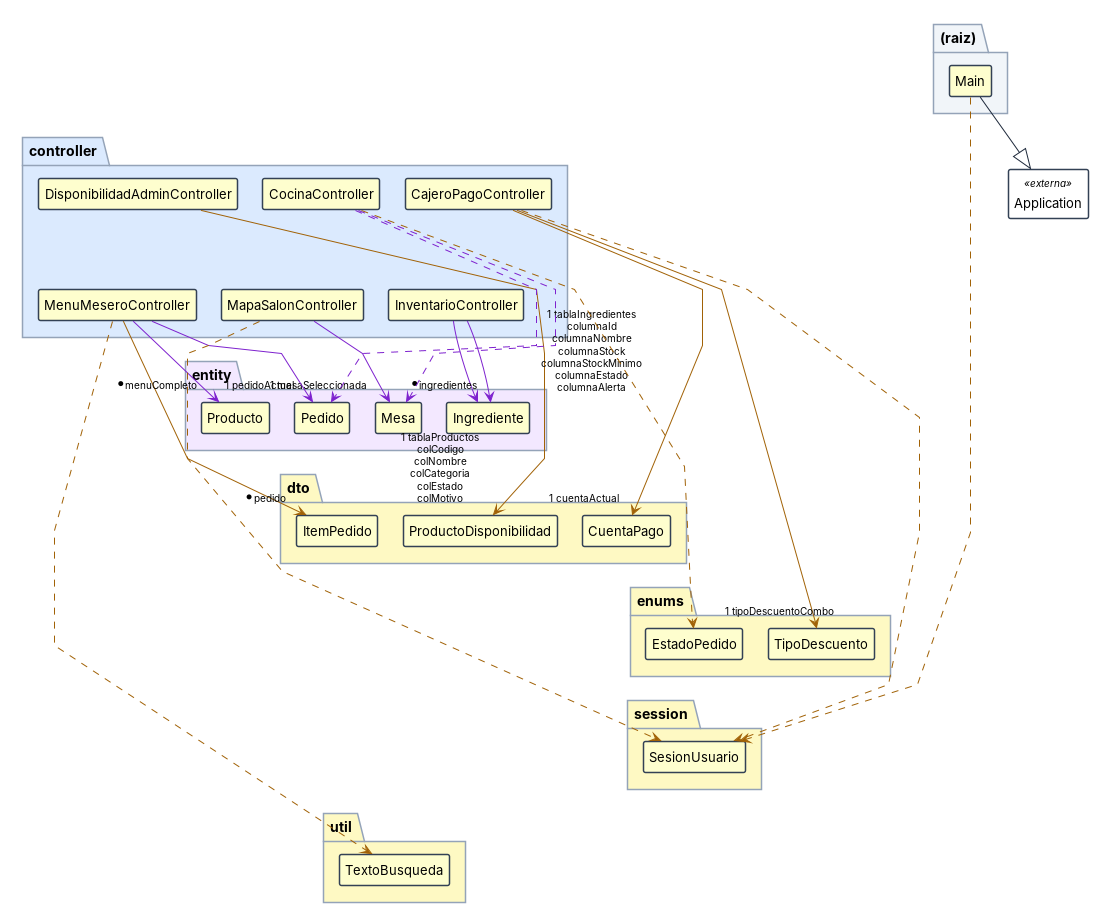
Above: docs/Imagenes/DiagramaClases_Relaciones_Controller_Modelo.png in puj-course/FIS_2630_1204_G2 (PlantUML), before the change. Its source is kept beside it as docs/diagramas-fuente/DiagramaClases_Relaciones_Controller_Modelo.puml. The source it was exported from:
```plantuml
@startuml
skinparam backgroundColor #FFFFFF
skinparam shadowing false
skinparam defaultFontName Helvetica
skinparam roundCorner 4
skinparam nodesep 35
skinparam ranksep 60
skinparam padding 3
skinparam ClassFontSize 13
skinparam ClassAttributeFontSize 11
skinparam ClassStereotypeFontSize 10
skinparam ClassBorderColor #334155
skinparam ArrowColor #1E293B
skinparam ArrowFontSize 10
skinparam PackageBorderColor #94A3B8
skinparam PackageFontStyle bold
skinparam ClassAttributeIconSize 0
hide empty members

hide members
hide circle
skinparam linetype polyline
skinparam nodesep 25
skinparam ranksep 70
package "(raiz)" #F1F5F9 {
  class "Main" as raiz_Main
}
package "controller" #DBEAFE {
  class "CajeroPagoController" as controller_CajeroPagoController
  class "CocinaController" as controller_CocinaController
  class "DisponibilidadAdminController" as controller_DisponibilidadAdminController
  class "InventarioController" as controller_InventarioController
  class "MapaSalonController" as controller_MapaSalonController
  class "MenuMeseroController" as controller_MenuMeseroController
  controller_CajeroPagoController -[hidden]right- controller_CocinaController
  controller_CocinaController -[hidden]right- controller_DisponibilidadAdminController
  controller_CajeroPagoController -[hidden]down- controller_InventarioController
  controller_InventarioController -[hidden]right- controller_MapaSalonController
  controller_CocinaController -[hidden]down- controller_MapaSalonController
  controller_MapaSalonController -[hidden]right- controller_MenuMeseroController
  controller_DisponibilidadAdminController -[hidden]down- controller_MenuMeseroController
}
package "entity" #F3E8FF {
  class "Ingrediente" as entity_Ingrediente
  class "Mesa" as entity_Mesa
  class "Pedido" as entity_Pedido
  class "Producto" as entity_Producto
}
package "dto" #FEF9C3 {
  class "CuentaPago" as dto_CuentaPago
  class "ItemPedido" as dto_ItemPedido
  class "ProductoDisponibilidad" as dto_ProductoDisponibilidad
}
package "enums" #FEF9C3 {
  enum "EstadoPedido" as enums_EstadoPedido
  enum "TipoDescuento" as enums_TipoDescuento
}
package "session" #FEF9C3 {
  class "SesionUsuario" as session_SesionUsuario
}
package "util" #FEF9C3 {
  class "TextoBusqueda" as util_TextoBusqueda
}
raiz_Main -[hidden]down- controller_CajeroPagoController
controller_CajeroPagoController -[hidden]down- entity_Ingrediente
entity_Ingrediente -[hidden]down- dto_CuentaPago
dto_CuentaPago -[hidden]down- enums_EstadoPedido
enums_EstadoPedido -[hidden]down- session_SesionUsuario
session_SesionUsuario -[hidden]down- util_TextoBusqueda
class Application <<externa>> #FFFFFF
raiz_Main --|> Application
controller_CajeroPagoController -[#A16207]-> "1 tipoDescuentoCombo" enums_TipoDescuento
controller_CajeroPagoController -[#A16207]-> "1 cuentaActual" dto_CuentaPago
controller_DisponibilidadAdminController -[#A16207]-> "1 tablaProductos\ncolCodigo\ncolNombre\ncolCategoria\ncolEstado\ncolMotivo" dto_ProductoDisponibilidad
controller_InventarioController -[#7E22CE]-> "1 tablaIngredientes\ncolumnaId\ncolumnaNombre\ncolumnaStock\ncolumnaStockMinimo\ncolumnaEstado\ncolumnaAlerta" entity_Ingrediente
controller_InventarioController -[#7E22CE]-> "* ingredientes" entity_Ingrediente
controller_MapaSalonController -[#7E22CE]-> "1 mesaSeleccionada" entity_Mesa
controller_MenuMeseroController -[#7E22CE]-> "1 pedidoActual" entity_Pedido
controller_MenuMeseroController -[#A16207]-> "* pedido" dto_ItemPedido
controller_MenuMeseroController -[#7E22CE]-> "* menuCompleto" entity_Producto
raiz_Main -[#A16207,dashed]-> session_SesionUsuario
controller_CajeroPagoController -[#A16207,dashed]-> session_SesionUsuario
controller_CocinaController -[#A16207,dashed]-> enums_EstadoPedido
controller_CocinaController -[#7E22CE,dashed]-> entity_Mesa
controller_CocinaController -[#7E22CE,dashed]-> entity_Pedido
controller_MapaSalonController -[#A16207,dashed]-> session_SesionUsuario
controller_MenuMeseroController -[#A16207,dashed]-> util_TextoBusqueda
@enduml
```
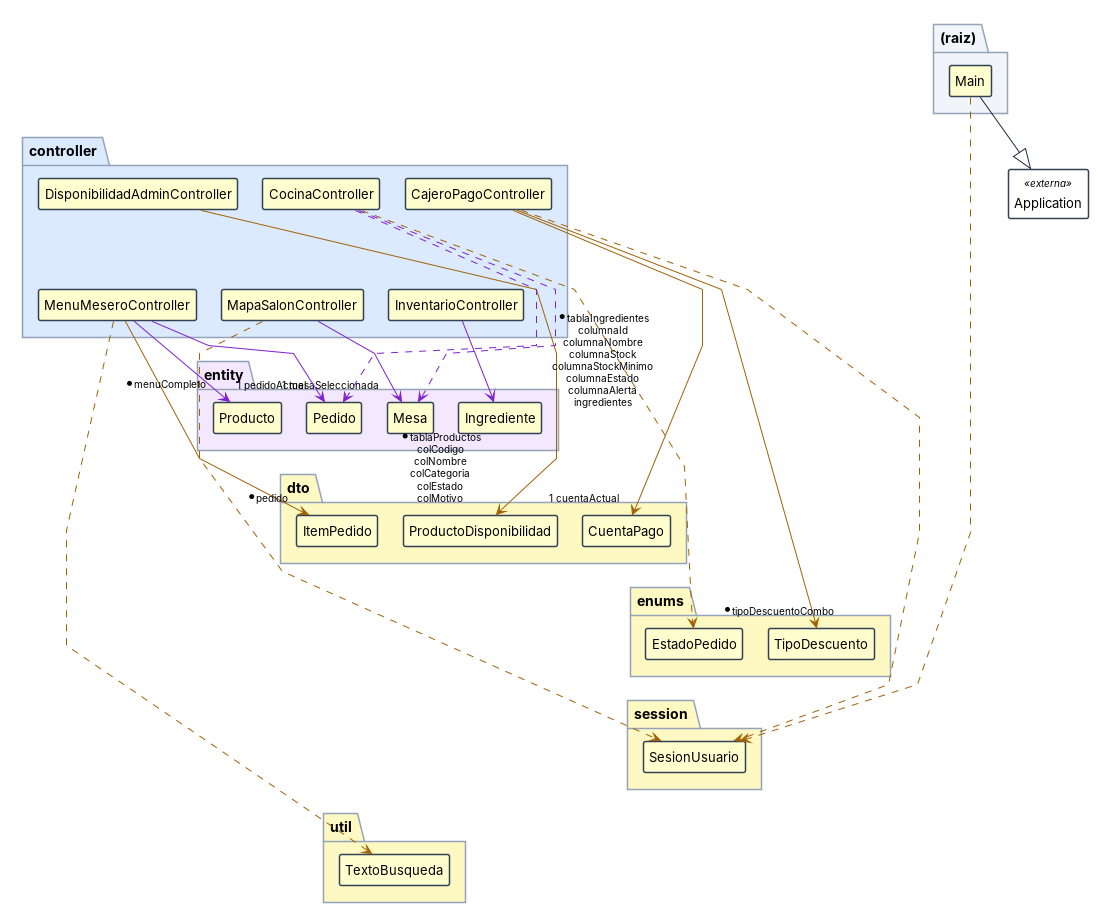
The same diagram one commit later.

Change to the diagram source:
```diff
@@ -69,11 +69,10 @@
 session_SesionUsuario -[hidden]down- util_TextoBusqueda
 class Application <<externa>> #FFFFFF
 raiz_Main --|> Application
-controller_CajeroPagoController -[#A16207]-> "1 tipoDescuentoCombo" enums_TipoDescuento
+controller_CajeroPagoController -[#A16207]-> "* tipoDescuentoCombo" enums_TipoDescuento
 controller_CajeroPagoController -[#A16207]-> "1 cuentaActual" dto_CuentaPago
-controller_DisponibilidadAdminController -[#A16207]-> "1 tablaProductos\ncolCodigo\ncolNombre\ncolCategoria\ncolEstado\ncolMotivo" dto_ProductoDisponibilidad
-controller_InventarioController -[#7E22CE]-> "1 tablaIngredientes\ncolumnaId\ncolumnaNombre\ncolumnaStock\ncolumnaStockMinimo\ncolumnaEstado\ncolumnaAlerta" entity_Ingrediente
-controller_InventarioController -[#7E22CE]-> "* ingredientes" entity_Ingrediente
+controller_DisponibilidadAdminController -[#A16207]-> "* tablaProductos\ncolCodigo\ncolNombre\ncolCategoria\ncolEstado\ncolMotivo" dto_ProductoDisponibilidad
+controller_InventarioController -[#7E22CE]-> "* tablaIngredientes\ncolumnaId\ncolumnaNombre\ncolumnaStock\ncolumnaStockMinimo\ncolumnaEstado\ncolumnaAlerta\ningredientes" entity_Ingrediente
 controller_MapaSalonController -[#7E22CE]-> "1 mesaSeleccionada" entity_Mesa
 controller_MenuMeseroController -[#7E22CE]-> "1 pedidoActual" entity_Pedido
 controller_MenuMeseroController -[#A16207]-> "* pedido" dto_ItemPedido
```
